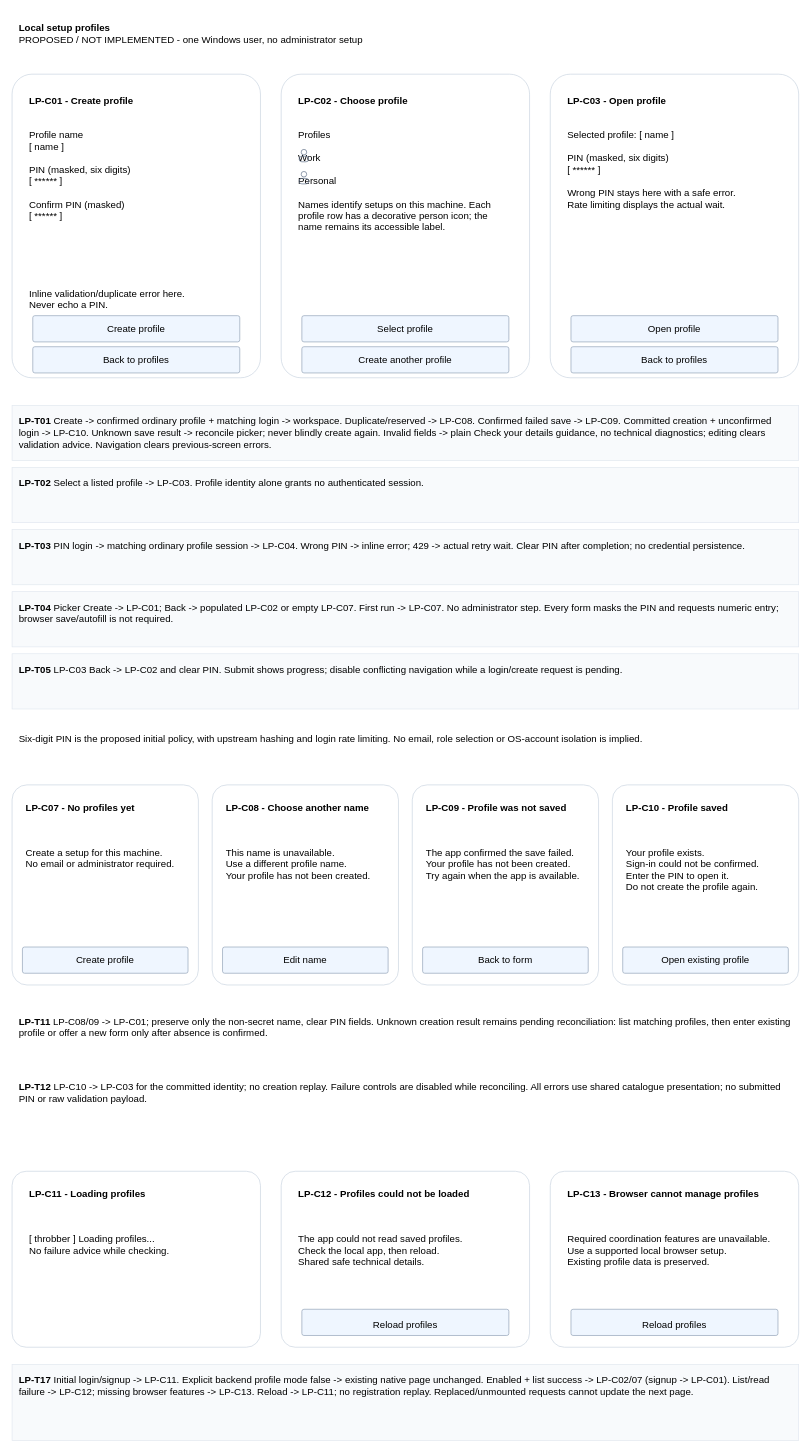
This is page "Create and enter a local profile" (1 of 2) of projects/laomedo/subsystems/agent-execution/design/local-profiles.drawio from amadou-6e/specs, a draw.io file, before an edit. Source tidied: cells renumbered, new cells numbered last; positions are measured from the earlier drawing's top-left corner, leaving out a move shared by most shapes. Both pictures are drawn from the tidied source at 69%, with x=0, y=0 at pixel (12, 12).
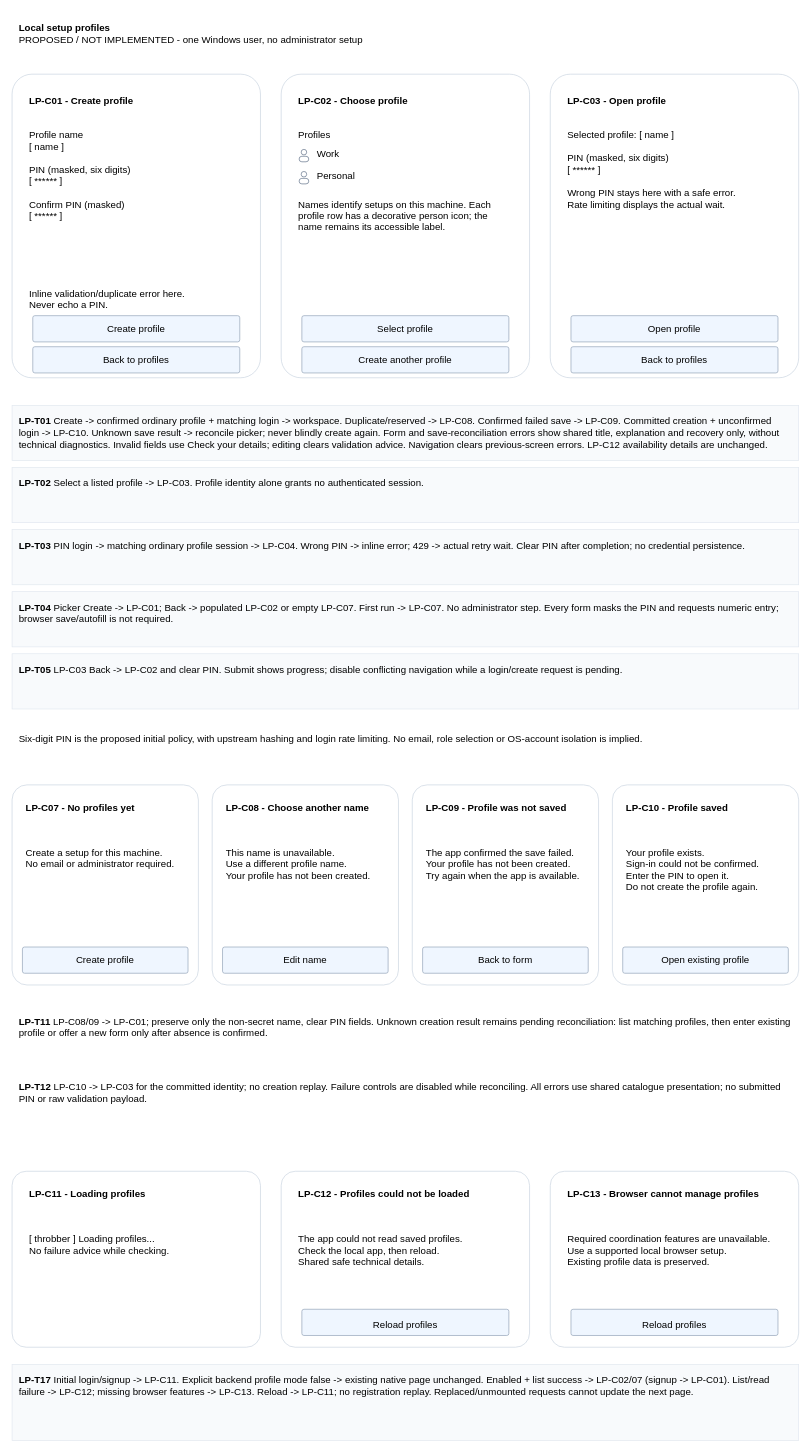
After the change.

Commit message (it also covers changes not shown here):
Separate picker icon geometry and scope plain form errors

Diff of the diagram source:
```diff
@@
-    <mxCell id="13" value="Profiles&lt;br&gt;&lt;br&gt;        Work&lt;br&gt;&lt;br&gt;        Personal&lt;br&gt;&lt;br&gt;Names identify setups on this machine. Each profile row has a decorative person icon; the name remains its accessible label." style="whiteSpace=wrap;html=1;fontFamily=Arial;fontSize=14;align=left;verticalAlign=top;spacing=10;fillColor=none;strokeColor=none;" parent="1" vertex="1">
+    <mxCell id="13" value="Profiles&lt;br&gt;&lt;br&gt;&lt;br&gt;&lt;br&gt;&lt;br&gt;&lt;br&gt;Names identify setups on this machine. Each profile row has a decorative person icon; the name remains its accessible label." style="whiteSpace=wrap;html=1;fontFamily=Arial;fontSize=14;align=left;verticalAlign=top;spacing=10;fillColor=none;strokeColor=none;" parent="1" vertex="1">
       <mxGeometry x="405" y="155" width="330" height="230" as="geometry" />
     </mxCell>
@@
+    <mxCell id="59" value="Work" style="text;html=1;fontFamily=Arial;fontSize=14;align=left;verticalAlign=middle;spacing=0;fillColor=none;strokeColor=none;" parent="1" vertex="1">
+      <mxGeometry x="442" y="190" width="250" height="32" as="geometry" />
+    </mxCell>
+    <mxCell id="60" value="Personal" style="text;html=1;fontFamily=Arial;fontSize=14;align=left;verticalAlign=middle;spacing=0;fillColor=none;strokeColor=none;" parent="1" vertex="1">
+      <mxGeometry x="442" y="222" width="250" height="32" as="geometry" />
+    </mxCell>
@@
-    <mxCell id="23" value="&lt;b&gt;LP-T01&lt;/b&gt; Create -&gt; confirmed ordinary profile + matching login -&gt; workspace. Duplicate/reserved -&gt; LP-C08. Confirmed failed save -&gt; LP-C09. Committed creation + unconfirmed login -&gt; LP-C10. Unknown save result -&gt; reconcile picker; never blindly create again. Invalid fields -&gt; plain Check your details guidance, no technical diagnostics; editing clears validation advice. Navigation clears previous-screen errors." style="whiteSpace=wrap;html=1;fontFamily=Arial;fontSize=14;align=left;verticalAlign=top;spacing=10;fillColor=#F8FAFC;strokeColor=#E2E8F0;" parent="1" vertex="1">
+    <mxCell id="23" value="&lt;b&gt;LP-T01&lt;/b&gt; Create -&gt; confirmed ordinary profile + matching login -&gt; workspace. Duplicate/reserved -&gt; LP-C08. Confirmed failed save -&gt; LP-C09. Committed creation + unconfirmed login -&gt; LP-C10. Unknown save result -&gt; reconcile picker; never blindly create again. Form and save-reconciliation errors show shared title, explanation and recovery only, without technical diagnostics. Invalid fields use Check your details; editing clears validation advice. Navigation clears previous-screen errors. LP-C12 availability details are unchanged." style="whiteSpace=wrap;html=1;fontFamily=Arial;fontSize=14;align=left;verticalAlign=top;spacing=10;fillColor=#F8FAFC;strokeColor=#E2E8F0;" parent="1" vertex="1">
       <mxGeometry y="570" width="1140" height="80" as="geometry" />
     </mxCell>
```
